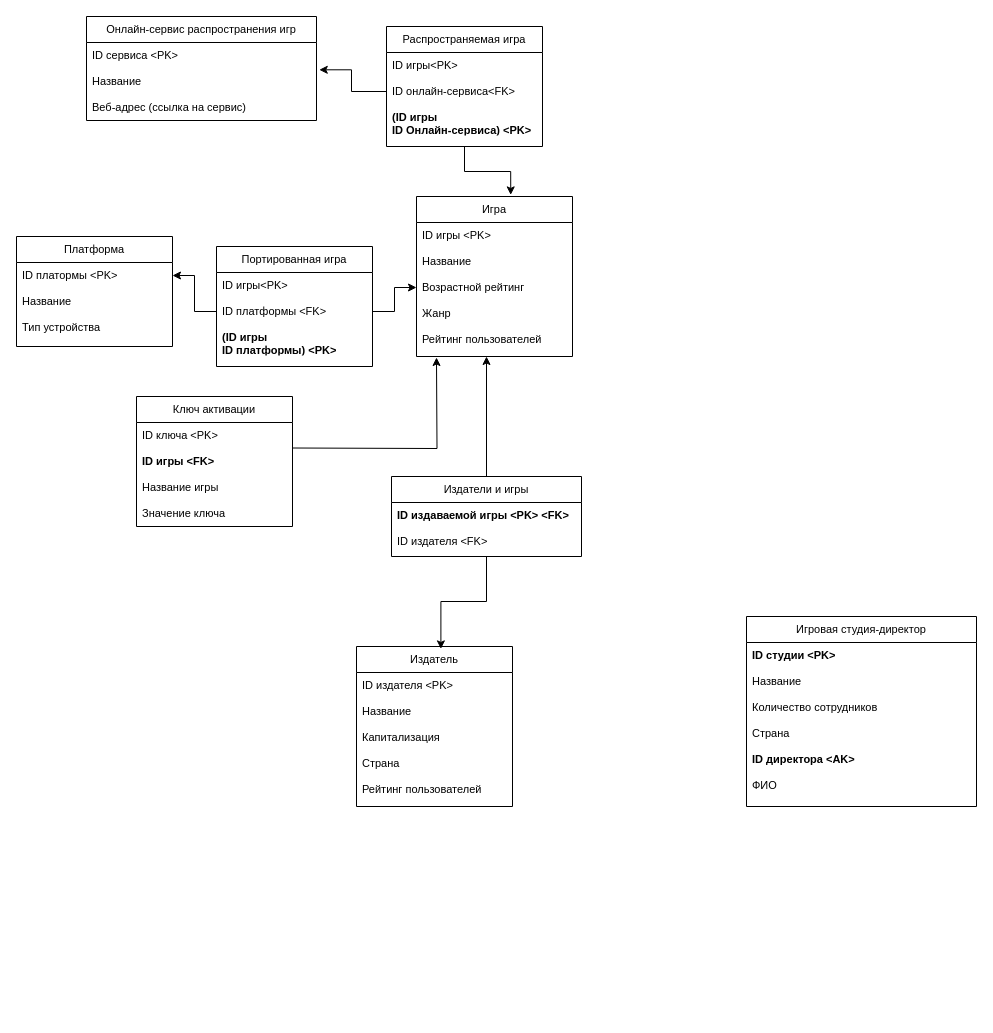
Above: Untitled Diagram.drawio in rewqaz/todo (draw.io), before the change. Source tidied: cells renumbered, new cells numbered last; positions are measured from the earlier drawing's top-left corner, leaving out a move shared by most shapes. Both pictures are drawn from the tidied source at 100%, with x=0, y=0 at pixel (16, 16).
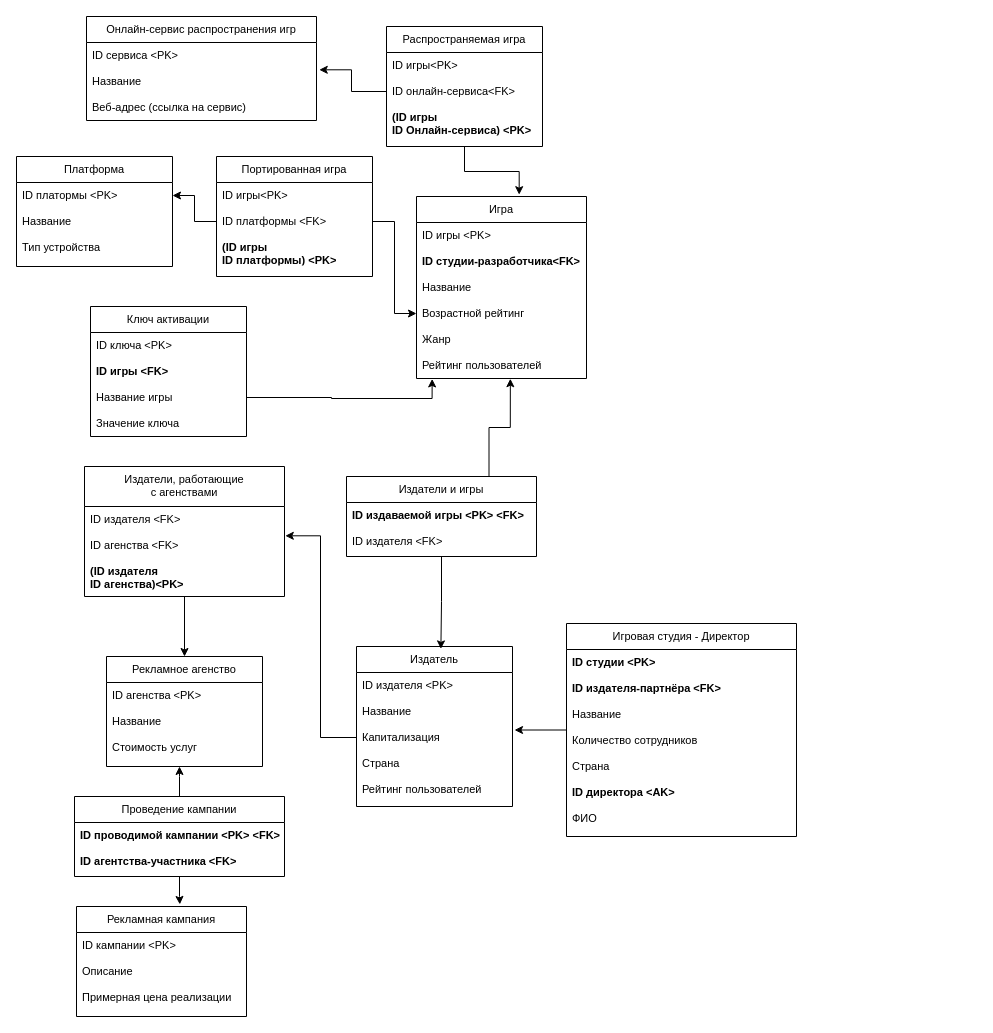
The same diagram, later.

Unchanged cells that the change refers to:
```xml
<mxCell id="38" value="Название игры" style="text;align=left;verticalAlign=top;spacingLeft=4;spacingRight=4;overflow=hidden;points=[[0,0.5],[1,0.5]];portConstraint=eastwest;fontSize=11;" parent="35" vertex="1">
  <mxGeometry y="78" width="156" height="26" as="geometry" />
</mxCell>
<mxCell id="44" value="Капитализация" style="text;align=left;verticalAlign=top;spacingLeft=4;spacingRight=4;overflow=hidden;points=[[0,0.5],[1,0.5]];portConstraint=eastwest;fontSize=11;" parent="41" vertex="1">
  <mxGeometry y="78" width="156" height="26" as="geometry" />
</mxCell>
```

Diff of the diagram source:
```diff
@@
     <mxCell id="6" value="Игра" style="swimlane;fontStyle=0;align=center;verticalAlign=top;horizontal=1;startSize=26;rounded=0;shadow=0;strokeWidth=1;fontSize=11;" parent="1" vertex="1">
-      <mxGeometry x="400" y="180" width="156" height="160" as="geometry" />
+      <mxGeometry x="400" y="180" width="170" height="182" as="geometry" />
     </mxCell>
     <mxCell id="7" value="ID игры &lt;PK&gt;" style="text;align=left;verticalAlign=top;spacingLeft=4;spacingRight=4;overflow=hidden;rounded=0;shadow=0;html=0;fontSize=11;fontStyle=0;" parent="6" vertex="1">
-      <mxGeometry y="26" width="156" height="26" as="geometry" />
+      <mxGeometry y="26" width="170" height="26" as="geometry" />
     </mxCell>
+    <mxCell id="52" value="ID студии-разработчика&lt;FK&gt;" style="text;align=left;verticalAlign=top;spacingLeft=4;spacingRight=4;overflow=hidden;rounded=0;shadow=0;html=0;fontSize=11;fontStyle=1;" parent="6" vertex="1">
+      <mxGeometry y="52" width="170" height="26" as="geometry" />
+    </mxCell>
     <mxCell id="8" value="Название" style="text;align=left;verticalAlign=top;spacingLeft=4;spacingRight=4;overflow=hidden;rounded=0;shadow=0;html=0;fontSize=11;" parent="6" vertex="1">
-      <mxGeometry y="52" width="156" height="26" as="geometry" />
+      <mxGeometry y="78" width="170" height="26" as="geometry" />
     </mxCell>
     <mxCell id="9" value="Возрастной рейтинг&#10;" style="text;align=left;verticalAlign=top;spacingLeft=4;spacingRight=4;overflow=hidden;points=[[0,0.5],[1,0.5]];portConstraint=eastwest;fontSize=11;" parent="6" vertex="1">
-      <mxGeometry y="78" width="156" height="26" as="geometry" />
+      <mxGeometry y="104" width="170" height="26" as="geometry" />
     </mxCell>
     <mxCell id="10" value="Жанр&#10;" style="text;align=left;verticalAlign=top;spacingLeft=4;spacingRight=4;overflow=hidden;fontSize=11;" parent="6" vertex="1">
-      <mxGeometry y="104" width="156" height="26" as="geometry" />
+      <mxGeometry y="130" width="170" height="26" as="geometry" />
     </mxCell>
     <mxCell id="11" value="Рейтинг пользователей&#10;" style="text;align=left;verticalAlign=top;spacingLeft=4;spacingRight=4;overflow=hidden;points=[[0,0.5],[1,0.5]];portConstraint=eastwest;fontSize=11;" parent="6" vertex="1">
-      <mxGeometry y="130" width="156" height="26" as="geometry" />
+      <mxGeometry y="156" width="170" height="26" as="geometry" />
     </mxCell>
@@
-    <mxCell id="16" value="Игровая студия-директор" style="swimlane;fontStyle=0;align=center;verticalAlign=top;horizontal=1;startSize=26;rounded=0;shadow=0;strokeWidth=1;fontSize=11;" parent="1" vertex="1">
-      <mxGeometry x="730" y="600" width="230" height="190" as="geometry" />
+    <mxCell id="16" value="Игровая студия - Директор" style="swimlane;fontStyle=0;align=center;verticalAlign=top;horizontal=1;startSize=26;rounded=0;shadow=0;strokeWidth=1;fontSize=11;" parent="1" vertex="1">
+      <mxGeometry x="550" y="607" width="230" height="213" as="geometry" />
     </mxCell>
@@
+    <mxCell id="53" value="ID издателя-партнёра &lt;FK&gt;" style="text;align=left;verticalAlign=top;spacingLeft=4;spacingRight=4;overflow=hidden;fontSize=11;fontStyle=1;" parent="16" vertex="1">
+      <mxGeometry y="52" width="230" height="26" as="geometry" />
+    </mxCell>
     <mxCell id="18" value="Название" style="text;align=left;verticalAlign=top;spacingLeft=4;spacingRight=4;overflow=hidden;rounded=0;shadow=0;html=0;fontSize=11;" parent="16" vertex="1">
-      <mxGeometry y="52" width="230" height="26" as="geometry" />
+      <mxGeometry y="78" width="230" height="26" as="geometry" />
     </mxCell>
     <mxCell id="19" value="Количество сотрудников&#10;" style="text;align=left;verticalAlign=top;spacingLeft=4;spacingRight=4;overflow=hidden;fontSize=11;" parent="16" vertex="1">
-      <mxGeometry y="78" width="230" height="26" as="geometry" />
+      <mxGeometry y="104" width="230" height="26" as="geometry" />
     </mxCell>
     <mxCell id="20" value="Страна" style="text;align=left;verticalAlign=top;spacingLeft=4;spacingRight=4;overflow=hidden;fontSize=11;" parent="16" vertex="1">
-      <mxGeometry y="104" width="230" height="26" as="geometry" />
+      <mxGeometry y="130" width="230" height="26" as="geometry" />
     </mxCell>
     <mxCell id="21" value="ID директора &lt;AK&gt;" style="text;align=left;verticalAlign=top;spacingLeft=4;spacingRight=4;overflow=hidden;rounded=0;shadow=0;html=0;fontSize=11;fontStyle=1;" parent="16" vertex="1">
-      <mxGeometry y="130" width="230" height="26" as="geometry" />
+      <mxGeometry y="156" width="230" height="26" as="geometry" />
     </mxCell>
     <mxCell id="22" value="ФИО" style="text;align=left;verticalAlign=top;spacingLeft=4;spacingRight=4;overflow=hidden;rounded=0;shadow=0;html=0;fontSize=11;" parent="16" vertex="1">
-      <mxGeometry y="156" width="230" height="26" as="geometry" />
+      <mxGeometry y="182" width="230" height="26" as="geometry" />
     </mxCell>
@@
     <mxCell id="25" value="Портированная игра" style="swimlane;fontStyle=0;align=center;verticalAlign=top;horizontal=1;startSize=26;rounded=0;shadow=0;strokeWidth=1;fontSize=11;" parent="1" vertex="1">
-      <mxGeometry x="200" y="230" width="156" height="120" as="geometry" />
+      <mxGeometry x="200" y="140" width="156" height="120" as="geometry" />
     </mxCell>
@@
     <mxCell id="29" value="Платформа" style="swimlane;fontStyle=0;align=center;verticalAlign=top;horizontal=1;startSize=26;rounded=0;shadow=0;strokeWidth=1;fontSize=11;" parent="1" vertex="1">
-      <mxGeometry y="220" width="156" height="110" as="geometry" />
+      <mxGeometry y="140" width="156" height="110" as="geometry" />
     </mxCell>
@@
     <mxCell id="35" value="Ключ активации" style="swimlane;fontStyle=0;align=center;verticalAlign=top;horizontal=1;startSize=26;rounded=0;shadow=0;strokeWidth=1;fontSize=11;" parent="1" vertex="1">
-      <mxGeometry x="120" y="380" width="156" height="130" as="geometry" />
+      <mxGeometry x="74" y="290" width="156" height="130" as="geometry" />
     </mxCell>
@@
-    <mxCell id="40" style="edgeStyle=orthogonalEdgeStyle;rounded=0;orthogonalLoop=1;jettySize=auto;html=1;" parent="1" edge="1">
-      <mxGeometry relative="1" as="geometry">
-        <mxPoint x="276" y="431.5" as="sourcePoint" />
-        <mxPoint x="420" y="341" as="targetPoint" />
-      </mxGeometry>
-    </mxCell>
@@
-    <mxCell id="47" style="edgeStyle=orthogonalEdgeStyle;rounded=0;jettySize=auto;html=1;" parent="1" edge="1" source="48">
-      <mxGeometry relative="1" as="geometry">
-        <mxPoint x="470" y="340" as="targetPoint" />
-      </mxGeometry>
-    </mxCell>
     <mxCell id="48" value="Издатели и игры" style="swimlane;fontStyle=0;align=center;verticalAlign=top;horizontal=1;startSize=26;rounded=0;shadow=0;strokeWidth=1;fontSize=11;" parent="1" vertex="1">
-      <mxGeometry x="375" y="460" width="190" height="80" as="geometry" />
+      <mxGeometry x="330" y="460" width="190" height="80" as="geometry" />
     </mxCell>
@@
+    <mxCell id="54" style="edgeStyle=orthogonalEdgeStyle;rounded=0;jettySize=auto;html=1;exitX=0.5;exitY=1;exitDx=0;exitDy=0;entryX=0.5;entryY=0;entryDx=0;entryDy=0;" parent="1" edge="1" source="55" target="59">
+      <mxGeometry relative="1" as="geometry" />
+    </mxCell>
+    <mxCell id="55" value="Издатели, работающие &#10;с агенствами" style="swimlane;fontStyle=0;align=center;verticalAlign=top;horizontal=1;startSize=40;rounded=0;shadow=0;strokeWidth=1;fontSize=11;" parent="1" vertex="1">
+      <mxGeometry x="68" y="450" width="200" height="130" as="geometry" />
+    </mxCell>
+    <mxCell id="56" value="ID издателя &lt;FK&gt;" style="text;align=left;verticalAlign=top;spacingLeft=4;spacingRight=4;overflow=hidden;rounded=0;shadow=0;html=0;fontSize=11;fontStyle=0;" parent="55" vertex="1">
+      <mxGeometry y="40" width="200" height="26" as="geometry" />
+    </mxCell>
+    <mxCell id="57" value="ID агенства &lt;FK&gt;" style="text;align=left;verticalAlign=top;spacingLeft=4;spacingRight=4;overflow=hidden;points=[[0,0.5],[1,0.5]];portConstraint=eastwest;rounded=0;shadow=0;html=0;fontSize=11;fontStyle=0;" parent="55" vertex="1">
+      <mxGeometry y="66" width="200" height="26" as="geometry" />
+    </mxCell>
+    <mxCell id="58" value="(ID издателя &#10;ID агенства)&lt;PK&gt;" style="text;align=left;verticalAlign=top;spacingLeft=4;spacingRight=4;overflow=hidden;rounded=0;shadow=0;html=0;fontSize=11;fontStyle=1;" parent="55" vertex="1">
+      <mxGeometry y="92" width="200" height="26" as="geometry" />
+    </mxCell>
+    <mxCell id="59" value="Рекламное агенство" style="swimlane;fontStyle=0;align=center;verticalAlign=top;horizontal=1;startSize=26;rounded=0;shadow=0;strokeWidth=1;fontSize=11;" parent="1" vertex="1">
+      <mxGeometry x="90" y="640" width="156" height="110" as="geometry" />
+    </mxCell>
+    <mxCell id="60" value="ID агенства &lt;PK&gt;" style="text;align=left;verticalAlign=top;spacingLeft=4;spacingRight=4;overflow=hidden;rounded=0;shadow=0;html=0;fontSize=11;fontStyle=0;" parent="59" vertex="1">
+      <mxGeometry y="26" width="156" height="26" as="geometry" />
+    </mxCell>
+    <mxCell id="61" value="Название" style="text;align=left;verticalAlign=top;spacingLeft=4;spacingRight=4;overflow=hidden;rounded=0;shadow=0;html=0;fontSize=11;" parent="59" vertex="1">
+      <mxGeometry y="52" width="156" height="26" as="geometry" />
+    </mxCell>
+    <mxCell id="62" value="Стоимость услуг" style="text;align=left;verticalAlign=top;spacingLeft=4;spacingRight=4;overflow=hidden;fontSize=11;" parent="59" vertex="1">
+      <mxGeometry y="78" width="156" height="26" as="geometry" />
+    </mxCell>
+    <mxCell id="63" style="edgeStyle=orthogonalEdgeStyle;rounded=0;jettySize=auto;html=1;exitX=0;exitY=0.5;exitDx=0;exitDy=0;entryX=1.004;entryY=0.127;entryDx=0;entryDy=0;entryPerimeter=0;" parent="1" edge="1" source="44" target="57">
+      <mxGeometry relative="1" as="geometry" />
+    </mxCell>
+    <mxCell id="64" value="Рекламная кампания" style="swimlane;fontStyle=0;align=center;verticalAlign=top;horizontal=1;startSize=26;rounded=0;shadow=0;strokeWidth=1;fontSize=11;" parent="1" vertex="1">
+      <mxGeometry x="60" y="890" width="170" height="110" as="geometry" />
+    </mxCell>
+    <mxCell id="65" value="ID кампании &lt;PK&gt;" style="text;align=left;verticalAlign=top;spacingLeft=4;spacingRight=4;overflow=hidden;rounded=0;shadow=0;html=0;fontSize=11;fontStyle=0;" parent="64" vertex="1">
+      <mxGeometry y="26" width="170" height="26" as="geometry" />
+    </mxCell>
+    <mxCell id="66" value="Описание" style="text;align=left;verticalAlign=top;spacingLeft=4;spacingRight=4;overflow=hidden;rounded=0;shadow=0;html=0;fontSize=11;" parent="64" vertex="1">
+      <mxGeometry y="52" width="170" height="26" as="geometry" />
+    </mxCell>
+    <mxCell id="67" value="Примерная цена реализации" style="text;align=left;verticalAlign=top;spacingLeft=4;spacingRight=4;overflow=hidden;fontSize=11;" parent="64" vertex="1">
+      <mxGeometry y="78" width="170" height="26" as="geometry" />
+    </mxCell>
+    <mxCell id="68" style="edgeStyle=orthogonalEdgeStyle;rounded=0;jettySize=auto;html=1;" parent="1" edge="1" source="69">
+      <mxGeometry relative="1" as="geometry">
+        <mxPoint x="163" y="750" as="targetPoint" />
+      </mxGeometry>
+    </mxCell>
+    <mxCell id="69" value="Проведение кампании" style="swimlane;fontStyle=0;align=center;verticalAlign=top;horizontal=1;startSize=26;rounded=0;shadow=0;strokeWidth=1;fontSize=11;" parent="1" vertex="1">
+      <mxGeometry x="58" y="780" width="210" height="80" as="geometry" />
+    </mxCell>
+    <mxCell id="70" value="ID проводимой кампании &lt;PK&gt; &lt;FK&gt;" style="text;align=left;verticalAlign=top;spacingLeft=4;spacingRight=4;overflow=hidden;rounded=0;shadow=0;html=0;fontSize=11;fontStyle=1;" parent="69" vertex="1">
+      <mxGeometry y="26" width="210" height="26" as="geometry" />
+    </mxCell>
+    <mxCell id="71" value="ID агентства-участника &lt;FK&gt;" style="text;align=left;verticalAlign=top;spacingLeft=4;spacingRight=4;overflow=hidden;rounded=0;shadow=0;html=0;fontSize=11;fontStyle=1;" parent="69" vertex="1">
+      <mxGeometry y="52" width="210" height="26" as="geometry" />
+    </mxCell>
+    <mxCell id="72" style="edgeStyle=orthogonalEdgeStyle;rounded=0;jettySize=auto;html=1;entryX=0.608;entryY=-0.019;entryDx=0;entryDy=0;entryPerimeter=0;" parent="1" edge="1" source="69" target="64">
+      <mxGeometry relative="1" as="geometry" />
+    </mxCell>
+    <mxCell id="73" style="edgeStyle=orthogonalEdgeStyle;rounded=0;jettySize=auto;html=1;entryX=1.013;entryY=0.212;entryDx=0;entryDy=0;entryPerimeter=0;" parent="1" edge="1" source="16" target="44">
+      <mxGeometry relative="1" as="geometry" />
+    </mxCell>
+    <mxCell id="74" style="edgeStyle=orthogonalEdgeStyle;rounded=0;jettySize=auto;html=1;entryX=0.092;entryY=1.017;entryDx=0;entryDy=0;entryPerimeter=0;" parent="1" edge="1" source="38" target="11">
+      <mxGeometry relative="1" as="geometry" />
+    </mxCell>
+    <mxCell id="75" style="edgeStyle=orthogonalEdgeStyle;rounded=0;jettySize=auto;html=1;exitX=0.75;exitY=0;exitDx=0;exitDy=0;entryX=0.552;entryY=1.009;entryDx=0;entryDy=0;entryPerimeter=0;" parent="1" edge="1" source="48" target="11">
+      <mxGeometry relative="1" as="geometry" />
+    </mxCell>
```
